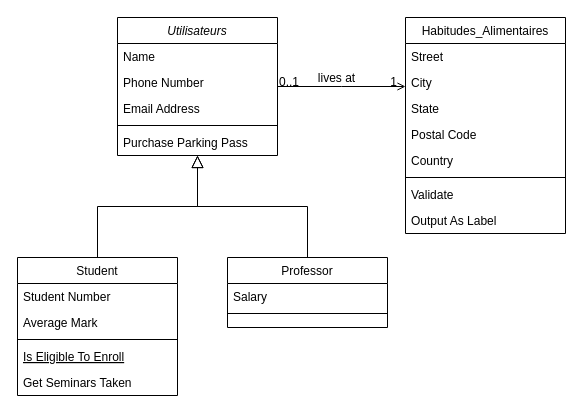
Earlier version of the draw.io diagram Untitled Diagram.drawio (naomietouati/KosherKare). Source tidied: cells renumbered, new cells numbered last; positions are measured from the earlier drawing's top-left corner, leaving out a move shared by most shapes. Both pictures are drawn from the tidied source at 100%, with x=0, y=0 at pixel (17, 17).
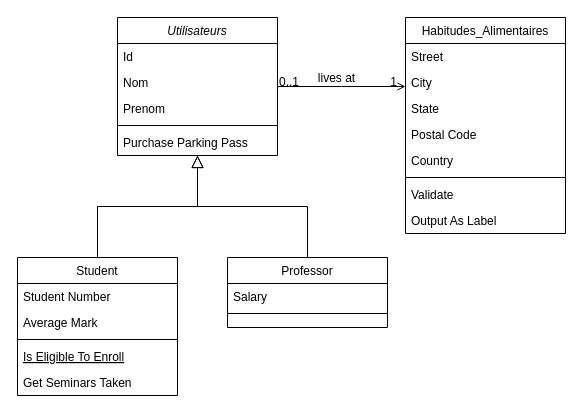
After the change.

The change refers to these unchanged cells:
```xml
<mxCell id="2" value="Utilisateurs" style="swimlane;fontStyle=2;align=center;verticalAlign=top;horizontal=1;startSize=26;rounded=0;shadow=0;strokeWidth=1;" parent="1" vertex="1">
  <mxGeometry x="100" width="160" height="138" as="geometry" />
</mxCell>
```

What changed in the source:
```diff
@@
-    <mxCell id="3" value="Name" style="text;align=left;verticalAlign=top;spacingLeft=4;spacingRight=4;overflow=hidden;" parent="2" vertex="1">
+    <mxCell id="3" value="Id" style="text;align=left;verticalAlign=top;spacingLeft=4;spacingRight=4;overflow=hidden;" parent="2" vertex="1">
       <mxGeometry y="26" width="160" height="26" as="geometry" />
     </mxCell>
-    <mxCell id="4" value="Phone Number" style="text;align=left;verticalAlign=top;spacingLeft=4;spacingRight=4;overflow=hidden;rounded=0;shadow=0;html=0;" parent="2" vertex="1">
+    <mxCell id="4" value="Nom" style="text;align=left;verticalAlign=top;spacingLeft=4;spacingRight=4;overflow=hidden;rounded=0;shadow=0;html=0;" parent="2" vertex="1">
       <mxGeometry y="52" width="160" height="26" as="geometry" />
     </mxCell>
-    <mxCell id="5" value="Email Address" style="text;align=left;verticalAlign=top;spacingLeft=4;spacingRight=4;overflow=hidden;rounded=0;shadow=0;html=0;" parent="2" vertex="1">
+    <mxCell id="5" value="Prenom" style="text;align=left;verticalAlign=top;spacingLeft=4;spacingRight=4;overflow=hidden;rounded=0;shadow=0;html=0;" parent="2" vertex="1">
       <mxGeometry y="78" width="160" height="26" as="geometry" />
     </mxCell>
```
